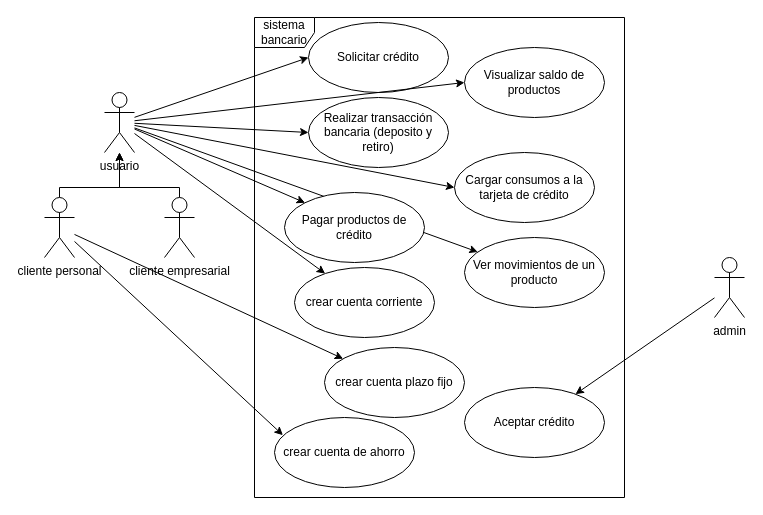
This is assets/diagrams/diagram-use-cases.drawio from JuanEscurra/bank-example-overview, a draw.io file, before an edit. Source tidied: cells renumbered, new cells numbered last; positions are measured from the earlier drawing's top-left corner, leaving out a move shared by most shapes. Both pictures are drawn from the tidied source at 100%, with x=0, y=0 at pixel (44, 17).
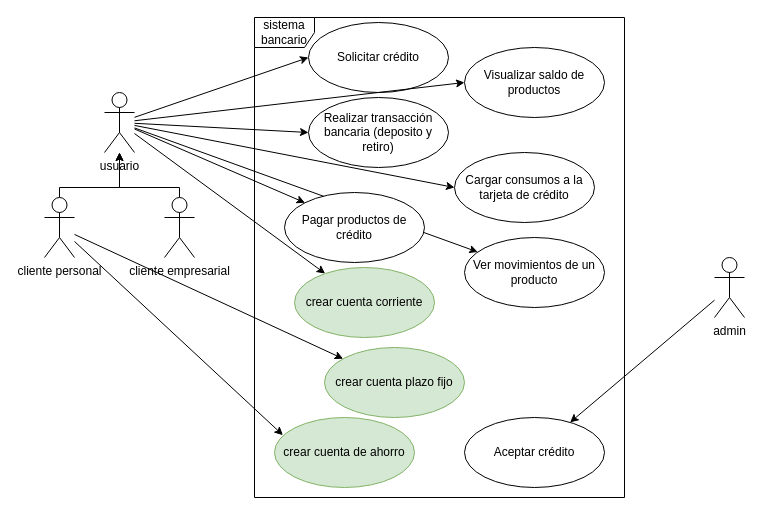
Above is the later version.

Change to the diagram source:
```diff
@@
     <mxCell id="10" value="Aceptar crédito" style="ellipse;whiteSpace=wrap;html=1;" parent="1" vertex="1">
-      <mxGeometry x="420" y="370" width="140" height="70" as="geometry" />
+      <mxGeometry x="420" y="400" width="140" height="70" as="geometry" />
     </mxCell>
@@
-    <mxCell id="13" value="crear cuenta plazo fijo" style="ellipse;whiteSpace=wrap;html=1;" parent="1" vertex="1">
+    <mxCell id="13" value="crear cuenta plazo fijo" style="ellipse;whiteSpace=wrap;html=1;fillColor=#d5e8d4;strokeColor=#82b366;" parent="1" vertex="1">
       <mxGeometry x="280" y="330" width="140" height="70" as="geometry" />
     </mxCell>
@@
-    <mxCell id="22" value="crear cuenta corriente" style="ellipse;whiteSpace=wrap;html=1;" parent="1" vertex="1">
+    <mxCell id="22" value="crear cuenta corriente" style="ellipse;whiteSpace=wrap;html=1;fillColor=#d5e8d4;strokeColor=#82b366;" parent="1" vertex="1">
       <mxGeometry x="250" y="250" width="140" height="70" as="geometry" />
     </mxCell>
-    <mxCell id="23" value="crear cuenta de ahorro" style="ellipse;whiteSpace=wrap;html=1;" parent="1" vertex="1">
+    <mxCell id="23" value="crear cuenta de ahorro" style="ellipse;whiteSpace=wrap;html=1;fillColor=#d5e8d4;strokeColor=#82b366;" parent="1" vertex="1">
       <mxGeometry x="230" y="400" width="140" height="70" as="geometry" />
     </mxCell>
```
